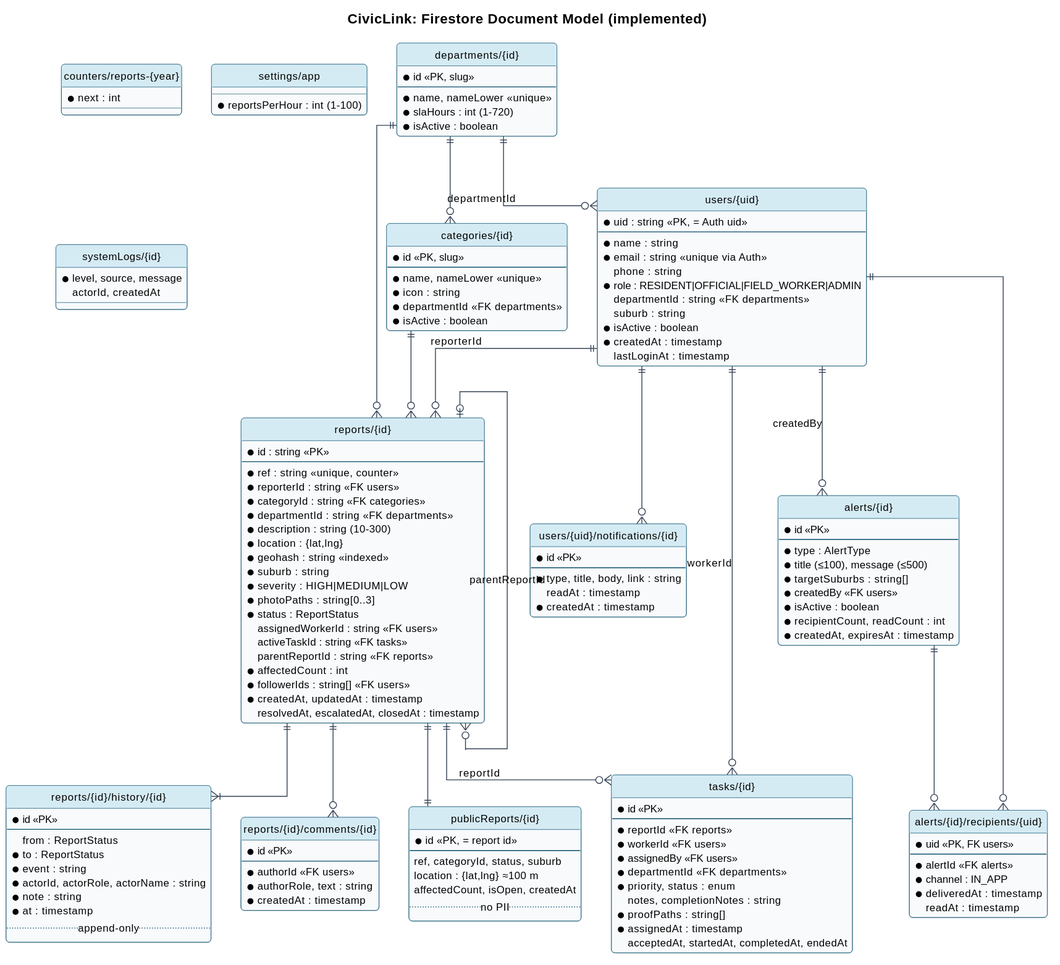
The PlantUML diagram docs/diagrams/data-model.svg in altechemist/civiclink, before a commit.
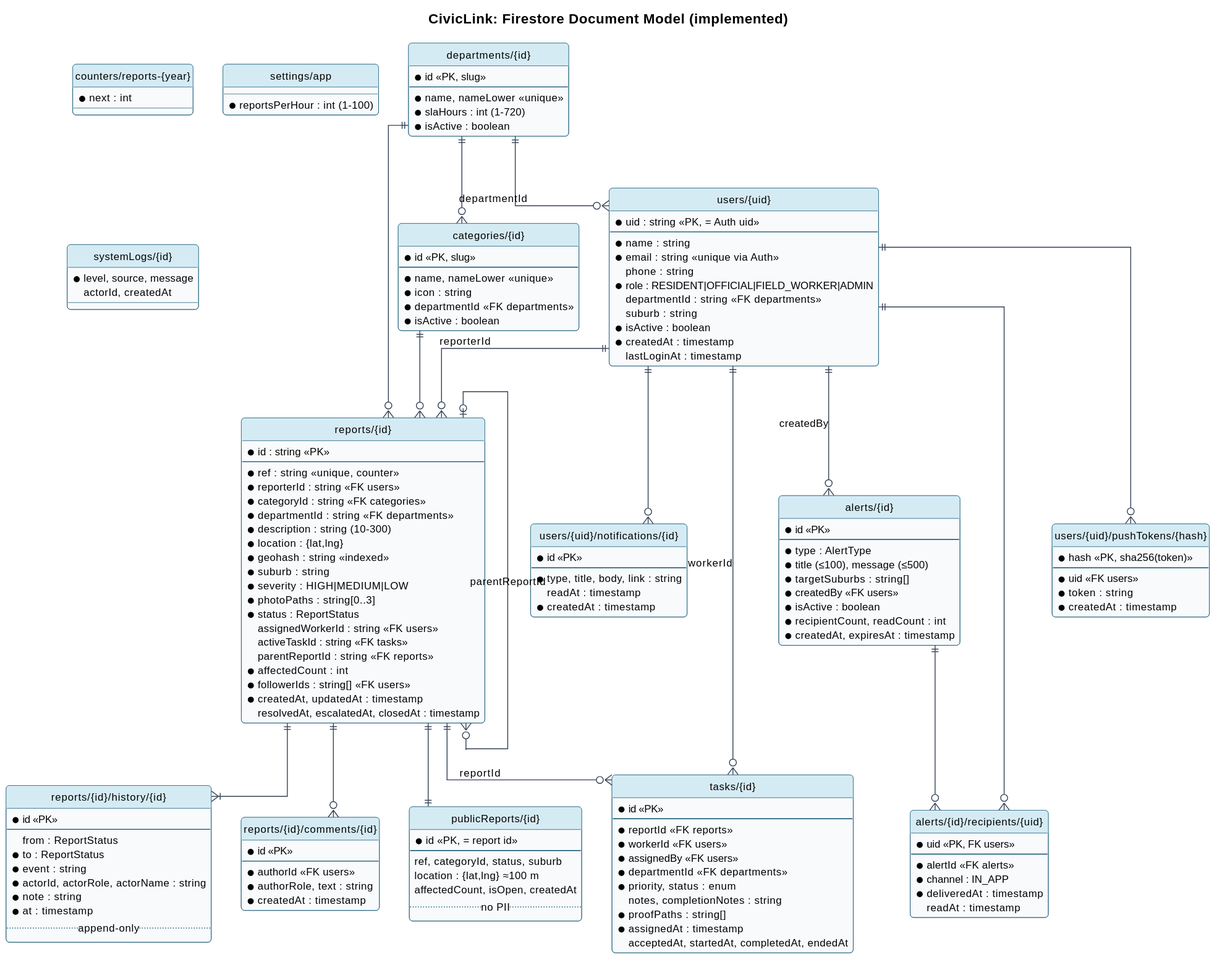
Above is the later version.

What changed in the source:
```diff
@@ -122,6 +122,13 @@
 entity "counters/reports-{year}" as counter {
   * next : int
 }
+entity "users/{uid}/pushTokens/{hash}" as push {
+  * hash <<PK, sha256(token)>>
+  --
+  * uid <<FK users>>
+  * token : string
+  * createdAt : timestamp
+}
 entity "settings/app" as settings {
   * reportsPerHour : int (1-100)
 }
@@ -131,6 +138,7 @@
 }
 
 users ||--o{ notif
+users ||--o{ push
 users ||--o{ reports : reporterId
 reports ||--|{ history
 reports ||--o{ comments
```
